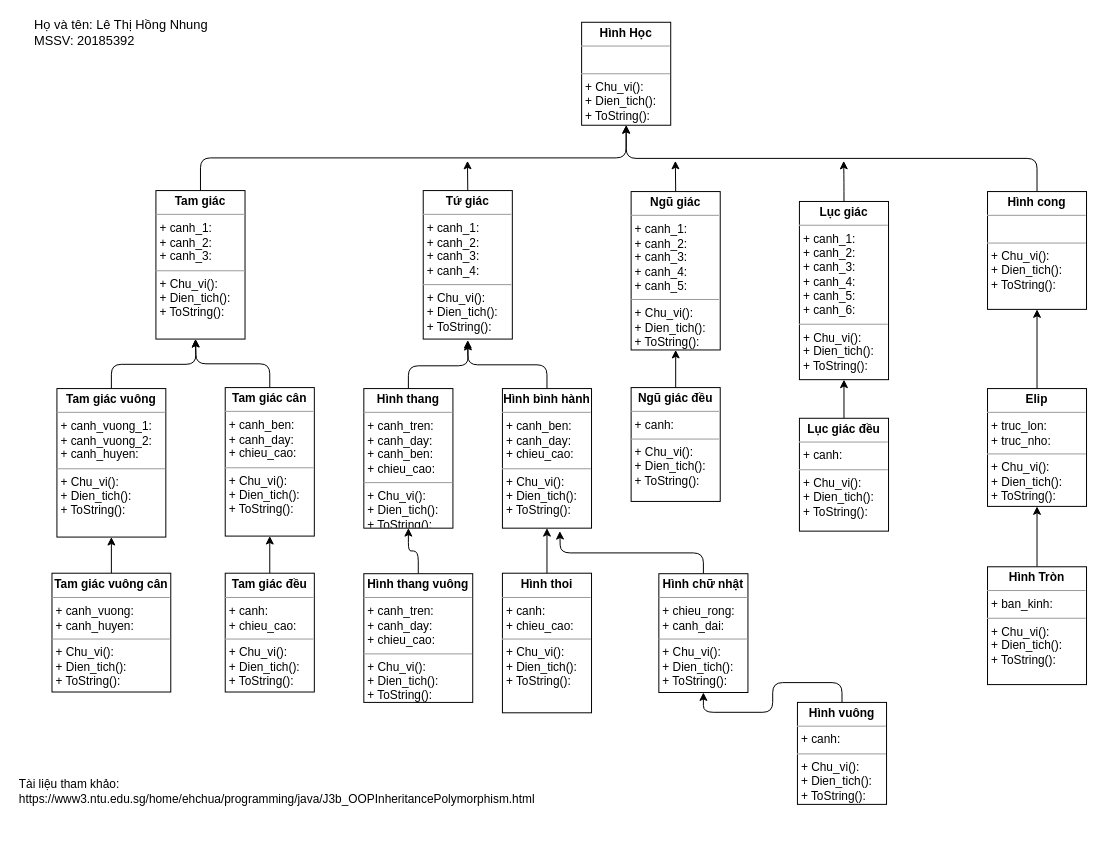
Earlier version of the draw.io diagram Untitled Diagram.drawio (nhungkchy/LTHDoiTuong). Source tidied: cells renumbered, new cells numbered last; positions are measured from the earlier drawing's top-left corner, leaving out a move shared by most shapes. Both pictures are drawn from the tidied source at 99%, with x=0, y=0 at pixel (17, 22).
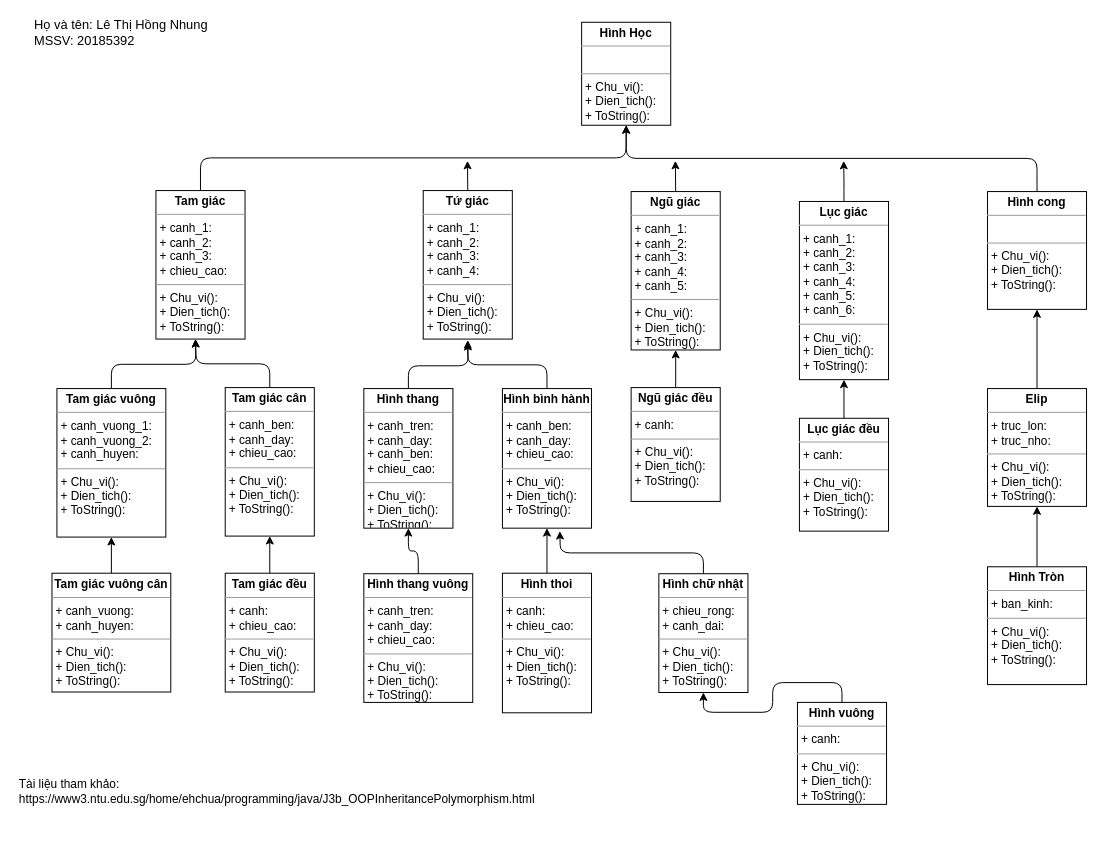
After the change.

What changed in the source:
```diff
@@
-    <mxCell id="4" value="&lt;p style=&quot;margin: 0px ; margin-top: 4px ; text-align: center&quot;&gt;&lt;b&gt;Tam giác&lt;/b&gt;&lt;/p&gt;&lt;hr size=&quot;1&quot;&gt;&lt;p style=&quot;margin: 0px ; margin-left: 4px&quot;&gt;+ canh_1:&lt;/p&gt;&lt;p style=&quot;margin: 0px ; margin-left: 4px&quot;&gt;+ canh_2:&lt;/p&gt;&lt;p style=&quot;margin: 0px ; margin-left: 4px&quot;&gt;+ canh_3:&lt;/p&gt;&lt;hr size=&quot;1&quot;&gt;&lt;p style=&quot;margin: 0px ; margin-left: 4px&quot;&gt;+ Chu_vi():&lt;/p&gt;&lt;p style=&quot;margin: 0px ; margin-left: 4px&quot;&gt;+ Dien_tich():&lt;/p&gt;&lt;p style=&quot;margin: 0px ; margin-left: 4px&quot;&gt;+ ToString():&lt;/p&gt;" style="verticalAlign=top;align=left;overflow=fill;fontSize=12;fontFamily=Helvetica;html=1;" parent="1" vertex="1">
+    <mxCell id="4" value="&lt;p style=&quot;margin: 0px ; margin-top: 4px ; text-align: center&quot;&gt;&lt;b&gt;Tam giác&lt;/b&gt;&lt;/p&gt;&lt;hr size=&quot;1&quot;&gt;&lt;p style=&quot;margin: 0px ; margin-left: 4px&quot;&gt;+ canh_1:&lt;/p&gt;&lt;p style=&quot;margin: 0px ; margin-left: 4px&quot;&gt;+ canh_2:&lt;/p&gt;&lt;p style=&quot;margin: 0px ; margin-left: 4px&quot;&gt;+ canh_3:&lt;/p&gt;&lt;p style=&quot;margin: 0px ; margin-left: 4px&quot;&gt;+ chieu_cao:&lt;/p&gt;&lt;hr size=&quot;1&quot;&gt;&lt;p style=&quot;margin: 0px ; margin-left: 4px&quot;&gt;+ Chu_vi():&lt;/p&gt;&lt;p style=&quot;margin: 0px ; margin-left: 4px&quot;&gt;+ Dien_tich():&lt;/p&gt;&lt;p style=&quot;margin: 0px ; margin-left: 4px&quot;&gt;+ ToString():&lt;/p&gt;" style="verticalAlign=top;align=left;overflow=fill;fontSize=12;fontFamily=Helvetica;html=1;" parent="1" vertex="1">
       <mxGeometry x="140" y="170" width="90" height="150" as="geometry" />
     </mxCell>
```
